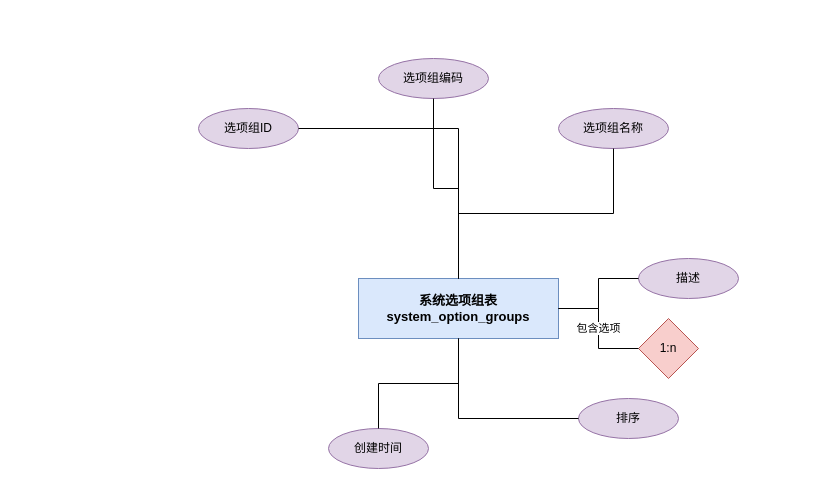
Before: DOCS/architecture-diagrams/sources/系统选项组表.drawio in 612cs/TrailQuest, a draw.io diagram. Source tidied: cells renumbered, new cells numbered last; positions are measured from the earlier drawing's top-left corner, leaving out a move shared by most shapes. Both pictures are drawn from the tidied source at 100%, with x=0, y=0 at pixel (198, 58).
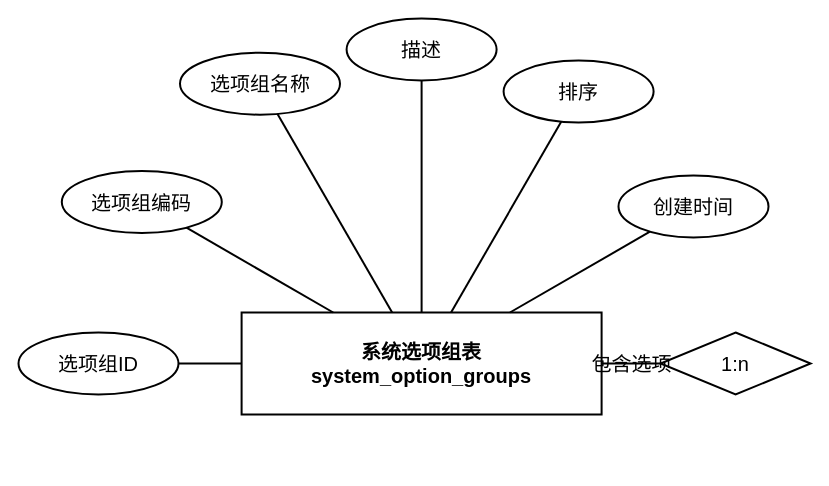
The same diagram, later.

Diff of the diagram source:
```diff
@@
 <mxGraphModel>
   <root>
     <mxCell id="0" />
     <mxCell id="1" parent="0" />
-    <mxCell id="2" value="系统选项组表&#10;system_option_groups" style="rounded=0;whiteSpace=wrap;html=1;fillColor=#dae8fc;strokeColor=#6c8ebf;fontSize=13;fontStyle=1;" parent="1" vertex="1">
-      <mxGeometry x="160" y="220" width="200" height="60" as="geometry" />
+    <mxCell id="2" value="系统选项组表&#10;system_option_groups" style="rounded=0;whiteSpace=wrap;html=1;fillColor=none;strokeColor=#000000;fontSize=20;fontStyle=1;gradientColor=none;fontColor=#000000;strokeWidth=2;shadow=0;glass=0;" parent="1" vertex="1">
+      <mxGeometry x="43.1" y="254" width="360" height="102" as="geometry" />
     </mxCell>
-    <mxCell id="3" value="选项组ID" style="ellipse;whiteSpace=wrap;html=1;fillColor=#e1d5e7;strokeColor=#9673a6;" parent="1" vertex="1">
-      <mxGeometry y="50" width="100" height="40" as="geometry" />
+    <mxCell id="3" value="选项组ID" style="ellipse;whiteSpace=wrap;html=1;fillColor=none;strokeColor=#000000;gradientColor=none;fontColor=#000000;fontSize=20;strokeWidth=2;shadow=0;glass=0;" parent="1" vertex="1">
+      <mxGeometry x="-180" y="274" width="160" height="62" as="geometry" />
     </mxCell>
-    <mxCell id="4" style="edgeStyle=orthogonalEdgeStyle;rounded=0;jettySize=auto;html=1;endArrow=none;endFill=0;" parent="1" edge="1" source="3" target="2">
+    <mxCell id="4" style="rounded=0;html=1;endArrow=none;endFill=0;strokeColor=#000000;strokeWidth=2;" parent="1" edge="1" source="3" target="2">
       <mxGeometry relative="1" as="geometry" />
     </mxCell>
-    <mxCell id="5" value="选项组编码" style="ellipse;whiteSpace=wrap;html=1;fillColor=#e1d5e7;strokeColor=#9673a6;" parent="1" vertex="1">
-      <mxGeometry x="180" width="110" height="40" as="geometry" />
+    <mxCell id="5" value="选项组编码" style="ellipse;whiteSpace=wrap;html=1;fillColor=none;strokeColor=#000000;gradientColor=none;fontColor=#000000;fontSize=20;strokeWidth=2;shadow=0;glass=0;" parent="1" vertex="1">
+      <mxGeometry x="-136.7" y="112.5" width="160" height="62" as="geometry" />
     </mxCell>
-    <mxCell id="6" style="edgeStyle=orthogonalEdgeStyle;rounded=0;jettySize=auto;html=1;endArrow=none;endFill=0;" parent="1" edge="1" source="5" target="2">
+    <mxCell id="6" style="rounded=0;html=1;endArrow=none;endFill=0;strokeColor=#000000;strokeWidth=2;" parent="1" edge="1" source="5" target="2">
       <mxGeometry relative="1" as="geometry" />
     </mxCell>
-    <mxCell id="7" value="选项组名称" style="ellipse;whiteSpace=wrap;html=1;fillColor=#e1d5e7;strokeColor=#9673a6;" parent="1" vertex="1">
-      <mxGeometry x="360" y="50" width="110" height="40" as="geometry" />
+    <mxCell id="7" value="选项组名称" style="ellipse;whiteSpace=wrap;html=1;fillColor=none;strokeColor=#000000;gradientColor=none;fontColor=#000000;fontSize=20;strokeWidth=2;shadow=0;glass=0;" parent="1" vertex="1">
+      <mxGeometry x="-18.5" y="-5.8" width="160" height="62" as="geometry" />
     </mxCell>
-    <mxCell id="8" style="edgeStyle=orthogonalEdgeStyle;rounded=0;jettySize=auto;html=1;endArrow=none;endFill=0;" parent="1" edge="1" source="7" target="2">
+    <mxCell id="8" style="rounded=0;html=1;endArrow=none;endFill=0;strokeColor=#000000;strokeWidth=2;" parent="1" edge="1" source="7" target="2">
       <mxGeometry relative="1" as="geometry" />
     </mxCell>
-    <mxCell id="9" value="描述" style="ellipse;whiteSpace=wrap;html=1;fillColor=#e1d5e7;strokeColor=#9673a6;" parent="1" vertex="1">
-      <mxGeometry x="440" y="200" width="100" height="40" as="geometry" />
+    <mxCell id="9" value="描述" style="ellipse;whiteSpace=wrap;html=1;fillColor=none;strokeColor=#000000;gradientColor=none;fontColor=#000000;fontSize=20;strokeWidth=2;shadow=0;glass=0;" parent="1" vertex="1">
+      <mxGeometry x="148.1" y="-40" width="150" height="62" as="geometry" />
     </mxCell>
-    <mxCell id="10" style="edgeStyle=orthogonalEdgeStyle;rounded=0;jettySize=auto;html=1;endArrow=none;endFill=0;" parent="1" edge="1" source="9" target="2">
+    <mxCell id="10" style="rounded=0;html=1;endArrow=none;endFill=0;strokeColor=#000000;strokeWidth=2;" parent="1" edge="1" source="9" target="2">
       <mxGeometry relative="1" as="geometry" />
     </mxCell>
-    <mxCell id="11" value="排序" style="ellipse;whiteSpace=wrap;html=1;fillColor=#e1d5e7;strokeColor=#9673a6;" parent="1" vertex="1">
-      <mxGeometry x="380" y="340" width="100" height="40" as="geometry" />
+    <mxCell id="11" value="排序" style="ellipse;whiteSpace=wrap;html=1;fillColor=none;strokeColor=#000000;gradientColor=none;fontColor=#000000;fontSize=20;strokeWidth=2;shadow=0;glass=0;" parent="1" vertex="1">
+      <mxGeometry x="305.1" y="2.1" width="150" height="62" as="geometry" />
     </mxCell>
-    <mxCell id="12" style="edgeStyle=orthogonalEdgeStyle;rounded=0;jettySize=auto;html=1;endArrow=none;endFill=0;" parent="1" edge="1" source="11" target="2">
+    <mxCell id="12" style="rounded=0;html=1;endArrow=none;endFill=0;strokeColor=#000000;strokeWidth=2;" parent="1" edge="1" source="11" target="2">
       <mxGeometry relative="1" as="geometry" />
     </mxCell>
-    <mxCell id="13" value="创建时间" style="ellipse;whiteSpace=wrap;html=1;fillColor=#e1d5e7;strokeColor=#9673a6;" parent="1" vertex="1">
-      <mxGeometry x="130" y="370" width="100" height="40" as="geometry" />
+    <mxCell id="13" value="创建时间" style="ellipse;whiteSpace=wrap;html=1;fillColor=none;strokeColor=#000000;gradientColor=none;fontColor=#000000;fontSize=20;strokeWidth=2;shadow=0;glass=0;" parent="1" vertex="1">
+      <mxGeometry x="420" y="117" width="150" height="62" as="geometry" />
     </mxCell>
-    <mxCell id="14" style="edgeStyle=orthogonalEdgeStyle;rounded=0;jettySize=auto;html=1;endArrow=none;endFill=0;" parent="1" edge="1" source="13" target="2">
+    <mxCell id="14" style="rounded=0;html=1;endArrow=none;endFill=0;strokeColor=#000000;strokeWidth=2;" parent="1" edge="1" source="13" target="2">
       <mxGeometry relative="1" as="geometry" />
     </mxCell>
-    <mxCell id="15" value="1:n" style="rhombus;whiteSpace=wrap;html=1;fillColor=#f8cecc;strokeColor=#b85450;fontSize=12;" parent="1" vertex="1">
-      <mxGeometry x="440" y="260" width="60" height="60" as="geometry" />
+    <mxCell id="15" value="1:n" style="rhombus;whiteSpace=wrap;html=1;fillColor=none;strokeColor=#000000;fontSize=20;gradientColor=none;fontColor=#000000;strokeWidth=2;shadow=0;glass=0;" parent="1" vertex="1">
+      <mxGeometry x="462.1" y="274" width="150" height="62" as="geometry" />
     </mxCell>
-    <mxCell id="16" value="包含选项" style="edgeStyle=orthogonalEdgeStyle;rounded=0;jettySize=auto;html=1;endArrow=none;endFill=0;" parent="1" edge="1" source="2" target="15">
+    <mxCell id="16" value="包含选项" style="rounded=0;html=1;endArrow=none;endFill=0;strokeColor=#000000;strokeWidth=2;fontSize=20;fontColor=#000000;fontFamily=Arial;labelBackgroundColor=none;fillColor=none;gradientColor=none;shadow=0;" parent="1" edge="1" source="2" target="15">
       <mxGeometry relative="1" as="geometry" />
     </mxCell>
   </root>
 </mxGraphModel>
```
